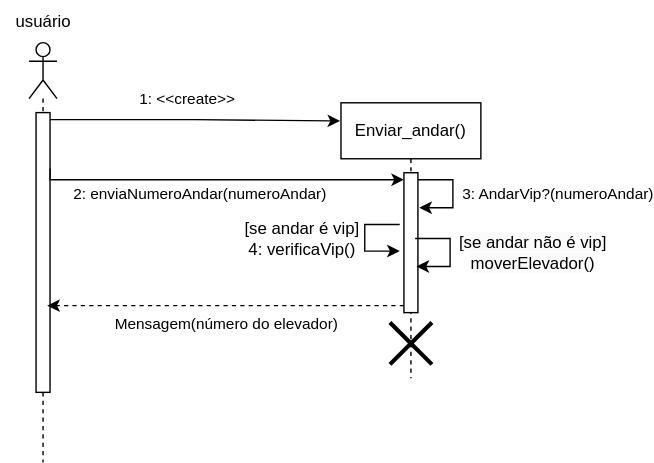
wholocked1/Projeto-2-modelagem keeps this draw.io diagram as Diagrama-Sequencia/Enviar_andar.svg. Above is the earlier version. Source tidied: cells renumbered, new cells last; positions are measured from the earlier drawing's top-left corner, leaving out a move shared by most shapes. Its diagram source:
```xml
<mxGraphModel background="#FFFFFF">
  <root>
    <mxCell id="0" />
    <mxCell id="1" parent="0" />
    <mxCell id="2" style="shape=umlLifeline;perimeter=lifelinePerimeter;whiteSpace=wrap;html=1;newEdgeStyle={&quot;curved&quot;:0,&quot;rounded&quot;:0};participant=umlActor;fillColor=none;" parent="1" vertex="1">
      <mxGeometry x="20" y="30" width="20" height="300" as="geometry" />
    </mxCell>
    <mxCell id="3" style="html=1;points=[[0,0,0,0,5],[0,1,0,0,-5],[1,0,0,0,5],[1,1,0,0,-5]];perimeter=orthogonalPerimeter;outlineConnect=0;targetShapes=umlLifeline;portConstraint=eastwest;newEdgeStyle={&quot;curved&quot;:0,&quot;rounded&quot;:0};" parent="2" vertex="1">
      <mxGeometry x="5" y="50" width="10" height="200" as="geometry" />
    </mxCell>
    <mxCell id="4" value="Enviar_andar()" style="shape=umlLifeline;perimeter=lifelinePerimeter;whiteSpace=wrap;html=1;outlineConnect=0;portConstraint=eastwest;newEdgeStyle={&quot;curved&quot;:0,&quot;rounded&quot;:0};" parent="1" vertex="1">
      <mxGeometry x="243" y="73" width="100" height="197" as="geometry" />
    </mxCell>
    <mxCell id="5" style="shape=umlDestroy;whiteSpace=wrap;html=1;strokeWidth=3;targetShapes=umlLifeline;" parent="4" vertex="1">
      <mxGeometry x="35" y="157" width="30" height="30" as="geometry" />
    </mxCell>
    <mxCell id="6" style="html=1;points=[[0,0,0,0,5],[0,1,0,0,-5],[1,0,0,0,5],[1,1,0,0,-5]];perimeter=orthogonalPerimeter;outlineConnect=0;targetShapes=umlLifeline;portConstraint=eastwest;newEdgeStyle={&quot;curved&quot;:0,&quot;rounded&quot;:0};" parent="4" vertex="1">
      <mxGeometry x="45" y="50" width="10" height="100" as="geometry" />
    </mxCell>
    <mxCell id="7" style="edgeStyle=orthogonalEdgeStyle;rounded=0;jettySize=auto;html=1;curved=0;exitX=1;exitY=0;exitDx=0;exitDy=5;exitPerimeter=0;" parent="4" edge="1" source="6">
      <mxGeometry relative="1" as="geometry">
        <mxPoint x="56" y="75" as="targetPoint" />
        <Array as="points">
          <mxPoint x="80" y="55" />
          <mxPoint x="80" y="75" />
        </Array>
      </mxGeometry>
    </mxCell>
    <mxCell id="8" value="3: AndarVip?(numeroAndar)" style="edgeLabel;html=1;align=center;verticalAlign=middle;" parent="7" vertex="1">
      <mxGeometry x="0.17" y="-1" relative="1" as="geometry">
        <mxPoint x="76" y="-6" as="offset" />
      </mxGeometry>
    </mxCell>
    <mxCell id="9" style="edgeStyle=orthogonalEdgeStyle;rounded=0;jettySize=auto;html=1;curved=0;exitX=1;exitY=0;exitDx=0;exitDy=5;exitPerimeter=0;entryX=-0.006;entryY=0.066;entryDx=0;entryDy=0;entryPerimeter=0;" parent="1" edge="1" source="3" target="4">
      <mxGeometry relative="1" as="geometry" />
    </mxCell>
    <mxCell id="10" value="1: &amp;lt;&amp;lt;create&amp;gt;&amp;gt;" style="edgeLabel;html=1;align=center;verticalAlign=middle;" parent="9" vertex="1">
      <mxGeometry x="-0.15" y="1" relative="1" as="geometry">
        <mxPoint x="9" y="-14" as="offset" />
      </mxGeometry>
    </mxCell>
    <mxCell id="11" style="edgeStyle=orthogonalEdgeStyle;rounded=0;jettySize=auto;html=1;curved=0;entryX=0;entryY=0;entryDx=0;entryDy=5;entryPerimeter=0;" parent="1" edge="1" target="6">
      <mxGeometry relative="1" as="geometry">
        <mxPoint x="35" y="120" as="sourcePoint" />
        <Array as="points">
          <mxPoint x="35" y="128" />
        </Array>
      </mxGeometry>
    </mxCell>
    <mxCell id="12" value="2: enviaNumeroAndar(numeroAndar)" style="edgeLabel;html=1;align=center;verticalAlign=middle;" parent="11" vertex="1">
      <mxGeometry x="-0.15" y="1" relative="1" as="geometry">
        <mxPoint x="4" y="11" as="offset" />
      </mxGeometry>
    </mxCell>
    <mxCell id="13" style="edgeStyle=none;orthogonalLoop=1;jettySize=auto;html=1;rounded=0;" parent="1" edge="1">
      <mxGeometry relative="1" as="geometry">
        <mxPoint x="285" y="160" as="sourcePoint" />
        <mxPoint x="285" y="179" as="targetPoint" />
        <Array as="points">
          <mxPoint x="260" y="160" />
          <mxPoint x="260" y="170" />
          <mxPoint x="260" y="179" />
        </Array>
      </mxGeometry>
    </mxCell>
    <mxCell id="14" value="[se andar é vip]&lt;br&gt;4: verificaVip()" style="text;html=1;align=center;verticalAlign=middle;strokeColor=none;fillColor=none;" parent="1" vertex="1">
      <mxGeometry x="160" y="150" width="110" height="40" as="geometry" />
    </mxCell>
    <mxCell id="15" style="edgeStyle=orthogonalEdgeStyle;rounded=0;orthogonalLoop=1;jettySize=auto;html=1;curved=0;exitX=1;exitY=0;exitDx=0;exitDy=5;exitPerimeter=0;" parent="1" edge="1">
      <mxGeometry relative="1" as="geometry">
        <mxPoint x="296" y="170" as="sourcePoint" />
        <mxPoint x="297" y="190" as="targetPoint" />
        <Array as="points">
          <mxPoint x="321" y="170" />
          <mxPoint x="321" y="190" />
        </Array>
      </mxGeometry>
    </mxCell>
    <mxCell id="16" value="&lt;span style=&quot;font-size: 12px; background-color: rgb(251, 251, 251);&quot;&gt;[se andar não é vip]&lt;/span&gt;&lt;br style=&quot;font-size: 12px; background-color: rgb(251, 251, 251);&quot;&gt;&lt;span style=&quot;font-size: 12px; background-color: rgb(251, 251, 251);&quot;&gt;moverElevador()&lt;/span&gt;" style="edgeLabel;html=1;align=center;verticalAlign=middle;" parent="15" vertex="1">
      <mxGeometry x="0.17" y="-1" relative="1" as="geometry">
        <mxPoint x="60" y="-6" as="offset" />
      </mxGeometry>
    </mxCell>
    <mxCell id="17" value="usuário" style="text;html=1;align=center;verticalAlign=middle;strokeColor=none;fillColor=none;" parent="1" vertex="1">
      <mxGeometry width="60" height="30" as="geometry" />
    </mxCell>
    <mxCell id="18" style="edgeStyle=orthogonalEdgeStyle;rounded=0;jettySize=auto;html=1;curved=0;exitX=0;exitY=1;exitDx=0;exitDy=-5;exitPerimeter=0;dashed=1;" parent="1" edge="1" source="6">
      <mxGeometry relative="1" as="geometry">
        <mxPoint x="33" y="218" as="targetPoint" />
      </mxGeometry>
    </mxCell>
    <mxCell id="19" value="Mensagem(número do elevador)" style="edgeLabel;html=1;align=center;verticalAlign=middle;" parent="18" vertex="1">
      <mxGeometry x="0.06" relative="1" as="geometry">
        <mxPoint x="7" y="12" as="offset" />
      </mxGeometry>
    </mxCell>
  </root>
</mxGraphModel>
```
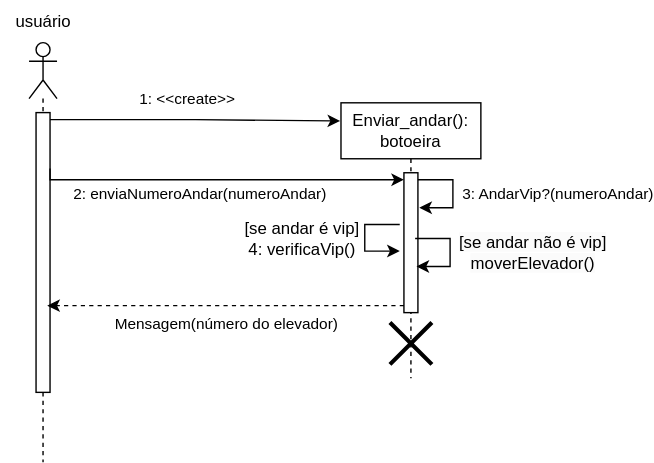
The same diagram one commit later.

Change to the diagram source:
```diff
@@ -8,7 +8,7 @@
     <mxCell id="3" style="html=1;points=[[0,0,0,0,5],[0,1,0,0,-5],[1,0,0,0,5],[1,1,0,0,-5]];perimeter=orthogonalPerimeter;outlineConnect=0;targetShapes=umlLifeline;portConstraint=eastwest;newEdgeStyle={&quot;curved&quot;:0,&quot;rounded&quot;:0};" parent="2" vertex="1">
       <mxGeometry x="5" y="50" width="10" height="200" as="geometry" />
     </mxCell>
-    <mxCell id="4" value="Enviar_andar()" style="shape=umlLifeline;perimeter=lifelinePerimeter;whiteSpace=wrap;html=1;outlineConnect=0;portConstraint=eastwest;newEdgeStyle={&quot;curved&quot;:0,&quot;rounded&quot;:0};" parent="1" vertex="1">
+    <mxCell id="4" value="Enviar_andar():&lt;br&gt;botoeira" style="shape=umlLifeline;perimeter=lifelinePerimeter;whiteSpace=wrap;html=1;outlineConnect=0;portConstraint=eastwest;newEdgeStyle={&quot;curved&quot;:0,&quot;rounded&quot;:0};" parent="1" vertex="1">
       <mxGeometry x="243" y="73" width="100" height="197" as="geometry" />
     </mxCell>
     <mxCell id="5" style="shape=umlDestroy;whiteSpace=wrap;html=1;strokeWidth=3;targetShapes=umlLifeline;" parent="4" vertex="1">
```
